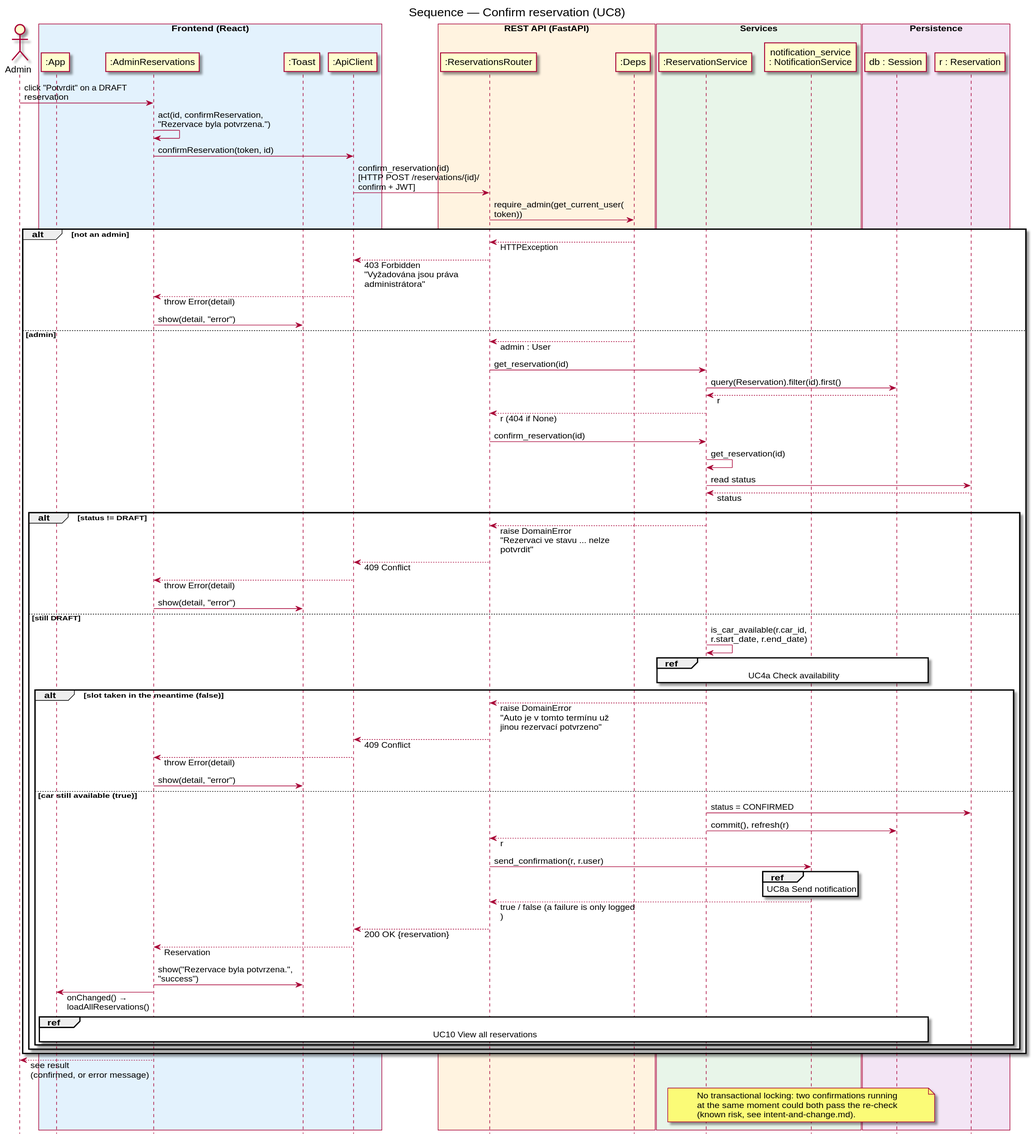
This is docs/diagrams/sequence-confirm-reservation.svg from DavidMagyarics/CarRentalVSB, a PlantUML export, as it was before one commit.
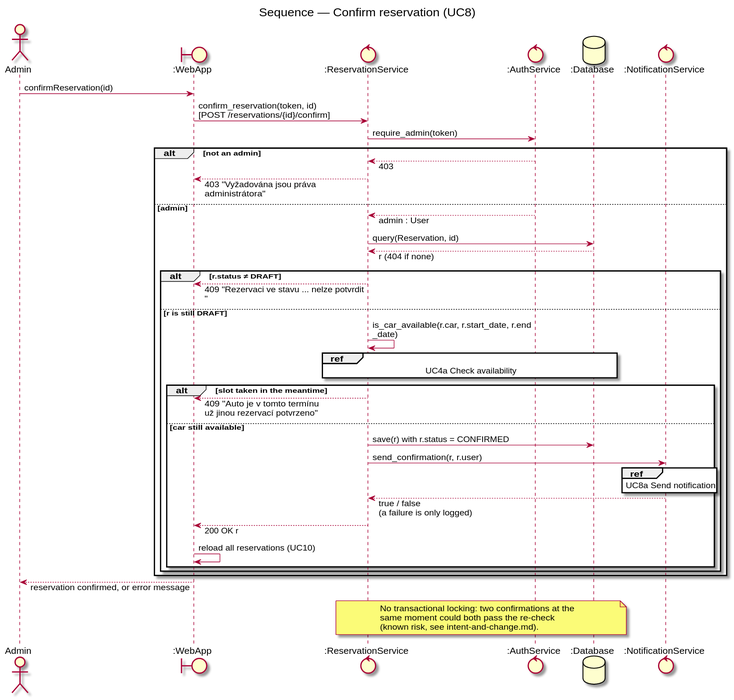
The same diagram one commit later.

What changed in the source:
```diff
@@ -1,86 +1,50 @@
 @startuml sequence-confirm-reservation
 skinparam backgroundColor white
 skinparam responseMessageBelowArrow true
-skinparam maxMessageSize 220
-hide footbox
+skinparam maxMessageSize 260
 title Sequence — Confirm reservation (UC8)
+actor Admin
+boundary ":WebApp" as Web
+control ":ReservationService" as Res
+control ":AuthService" as Auth
+database ":Database" as DB
+control ":NotificationService" as NS
 
-actor Admin
-box "Frontend (React)" #E3F2FD
-  participant ":App" as App
-  participant ":AdminReservations" as AdminRes
-  participant ":Toast" as Toast
-  participant ":ApiClient" as ApiClient
-end box
-box "REST API (FastAPI)" #FFF3E0
-  participant ":ReservationsRouter" as ResRouter
-  participant ":Deps" as Deps
-end box
-box "Services" #E8F5E9
-  participant ":ReservationService" as ResService
-  participant "notification_service\n: NotificationService" as NS
-end box
-box "Persistence" #F3E5F5
-  participant "db : Session" as DB
-  participant "r : Reservation" as R
-end box
-
-Admin -> AdminRes : click "Potvrdit" on a DRAFT reservation
-AdminRes -> AdminRes : act(id, confirmReservation,\n"Rezervace byla potvrzena.")
-AdminRes -> ApiClient : confirmReservation(token, id)
-ApiClient -> ResRouter : confirm_reservation(id)\n[HTTP POST /reservations/{id}/confirm + JWT]
-ResRouter -> Deps : require_admin(get_current_user(token))
+Admin -> Web : confirmReservation(id)
+Web -> Res : confirm_reservation(token, id)\n[POST /reservations/{id}/confirm]
+Res -> Auth : require_admin(token)
 
 alt not an admin
-  Deps --> ResRouter : HTTPException
-  ResRouter --> ApiClient : 403 Forbidden\n"Vyžadována jsou práva administrátora"
-  ApiClient --> AdminRes : throw Error(detail)
-  AdminRes -> Toast : show(detail, "error")
+  Auth --> Res : 403
+  Res --> Web : 403 "Vyžadována jsou práva administrátora"
 else admin
-  Deps --> ResRouter : admin : User
-  ResRouter -> ResService : get_reservation(id)
-  ResService -> DB : query(Reservation).filter(id).first()
-  DB --> ResService : r
-  ResService --> ResRouter : r (404 if None)
-  ResRouter -> ResService : confirm_reservation(id)
-  ResService -> ResService : get_reservation(id)
-  ResService -> R : read status
-  R --> ResService : status
+  Auth --> Res : admin : User
+  Res -> DB : query(Reservation, id)
+  DB --> Res : r (404 if none)
 
-  alt status != DRAFT
-    ResService --> ResRouter : raise DomainError\n"Rezervaci ve stavu ... nelze potvrdit"
-    ResRouter --> ApiClient : 409 Conflict
-    ApiClient --> AdminRes : throw Error(detail)
-    AdminRes -> Toast : show(detail, "error")
-  else still DRAFT
-    ResService -> ResService : is_car_available(r.car_id,\nr.start_date, r.end_date)
-    ref over ResService, DB : UC4a Check availability
-    alt slot taken in the meantime (false)
-      ResService --> ResRouter : raise DomainError\n"Auto je v tomto termínu už\njinou rezervací potvrzeno"
-      ResRouter --> ApiClient : 409 Conflict
-      ApiClient --> AdminRes : throw Error(detail)
-      AdminRes -> Toast : show(detail, "error")
-    else car still available (true)
-      ResService -> R : status = CONFIRMED
-      ResService -> DB : commit(), refresh(r)
-      ResService --> ResRouter : r
-      ResRouter -> NS : send_confirmation(r, r.user)
+  alt r.status ≠ DRAFT
+    Res --> Web : 409 "Rezervaci ve stavu ... nelze potvrdit"
+  else r is still DRAFT
+    Res -> Res : is_car_available(r.car, r.start_date, r.end_date)
+    ref over Res, DB : UC4a Check availability
+    alt slot taken in the meantime
+      Res --> Web : 409 "Auto je v tomto termínu\nuž jinou rezervací potvrzeno"
+    else car still available
+      Res -> DB : save(r) with r.status = CONFIRMED
+      Res -> NS : send_confirmation(r, r.user)
       ref over NS : UC8a Send notification
-      NS --> ResRouter : true / false (a failure is only logged)
-      ResRouter --> ApiClient : 200 OK {reservation}
-      ApiClient --> AdminRes : Reservation
-      AdminRes -> Toast : show("Rezervace byla potvrzena.", "success")
-      AdminRes -> App : onChanged() → loadAllReservations()
-      ref over App, DB : UC10 View all reservations
+      NS --> Res : true / false\n(a failure is only logged)
+      Res --> Web : 200 OK r
+      Web -> Web : reload all reservations (UC10)
     end
   end
 end
 
-AdminRes --> Admin : see result\n(confirmed, or error message)
+Web --> Admin : reservation confirmed, or error message
 
-note over ResService, DB
-  No transactional locking: two confirmations running
-  at the same moment could both pass the re-check
+note over Res, DB
+  No transactional locking: two confirmations at the
+  same moment could both pass the re-check
   (known risk, see intent-and-change.md).
 end note
 @enduml
```
